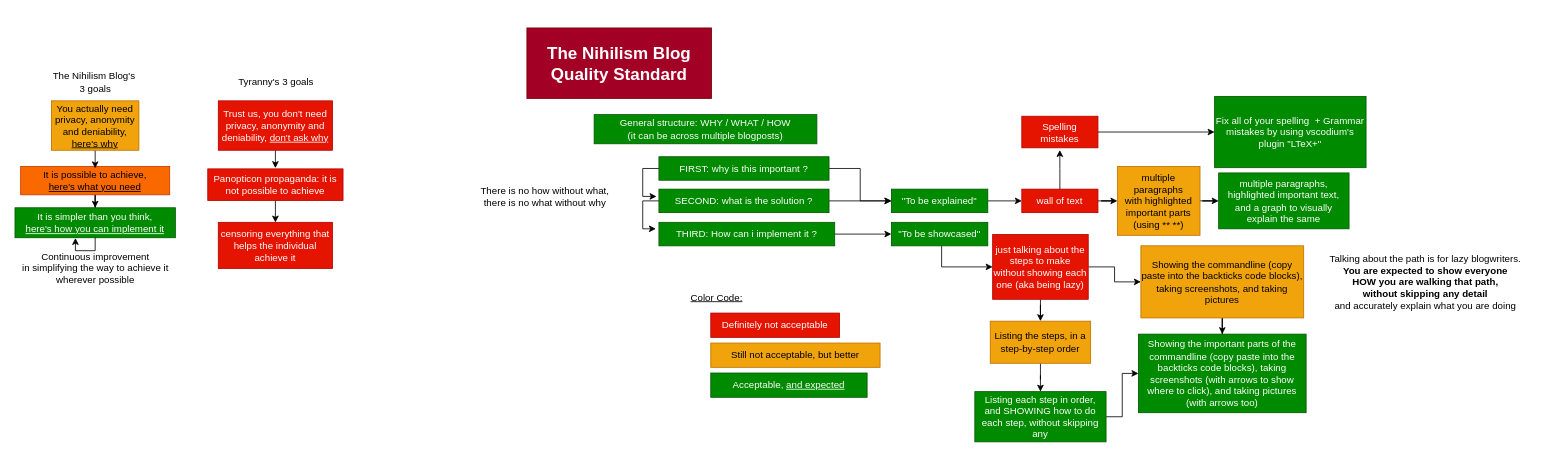
Earlier version of the draw.io diagram docs/graphs/qualitystandard.drawio (beginnerprivacy/the-opsec-bible). Source tidied: cells renumbered, new cells numbered last; positions are measured from the earlier drawing's top-left corner, leaving out a move shared by most shapes. Both pictures are drawn from the tidied source at 81%, with x=0, y=0 at pixel (14, 28).
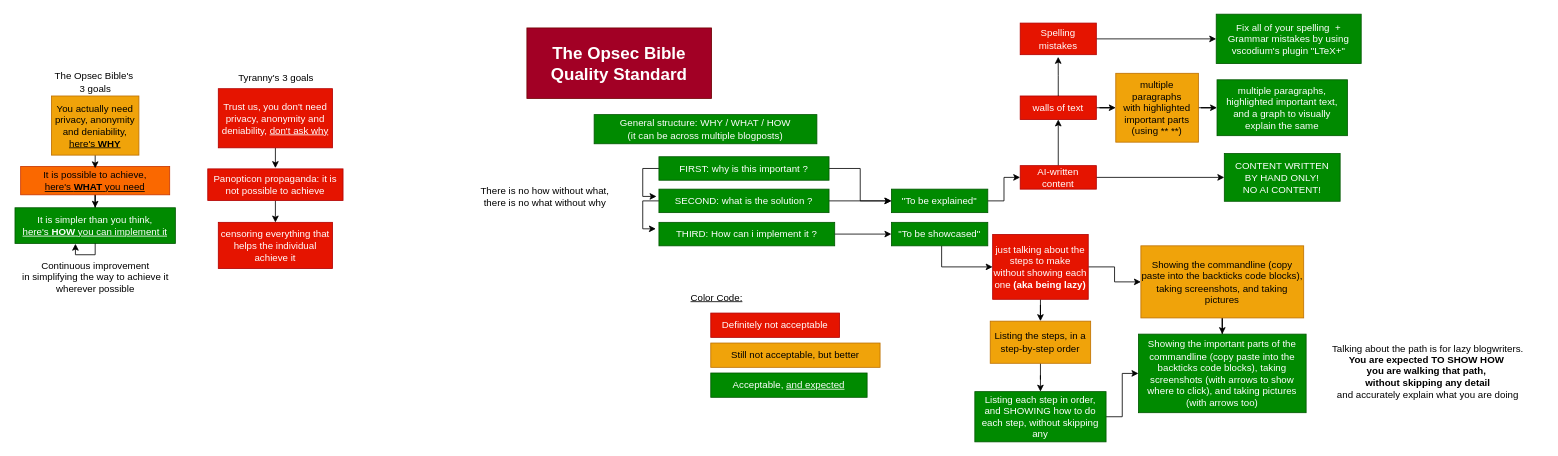
The same page after the edit.

The change refers to these unchanged cells:
```xml
<mxCell id="25" value="&quot;To be explained&quot;" style="rounded=0;whiteSpace=wrap;html=1;fillColor=#008a00;fontColor=#ffffff;strokeColor=#005700;" parent="1" vertex="1">
  <mxGeometry x="1083" y="199" width="119" height="29" as="geometry" />
</mxCell>
```

What changed in the source:
```diff
@@
-    <mxCell id="3" value="It is possible to achieve,&lt;br&gt;&lt;u&gt;here's what you need&lt;/u&gt;" style="rounded=0;whiteSpace=wrap;html=1;fillColor=#fa6800;fontColor=#000000;strokeColor=#C73500;" parent="1" vertex="1">
+    <mxCell id="3" value="It is possible to achieve,&lt;br&gt;&lt;u&gt;here's &lt;b&gt;WHAT&lt;/b&gt;&amp;nbsp;you need&lt;/u&gt;" style="rounded=0;whiteSpace=wrap;html=1;fillColor=#fa6800;fontColor=#000000;strokeColor=#C73500;" parent="1" vertex="1">
       <mxGeometry x="8" y="171" width="184" height="35" as="geometry" />
     </mxCell>
-    <mxCell id="4" value="It is simpler than you think,&lt;br&gt;&lt;u&gt;here's how you can implement it&lt;/u&gt;" style="rounded=0;whiteSpace=wrap;html=1;fillColor=#008a00;fontColor=#ffffff;strokeColor=#005700;" parent="1" vertex="1">
-      <mxGeometry x="1" y="222" width="198" height="37" as="geometry" />
+    <mxCell id="4" value="It is simpler than you think,&lt;br&gt;&lt;u&gt;here's &lt;b&gt;HOW&lt;/b&gt; you can implement it&lt;/u&gt;" style="rounded=0;whiteSpace=wrap;html=1;fillColor=#008a00;fontColor=#ffffff;strokeColor=#005700;" parent="1" vertex="1">
+      <mxGeometry x="1" y="222" width="198" height="44" as="geometry" />
     </mxCell>
@@
-    <mxCell id="6" value="The Nihilism Blog's&amp;nbsp;&lt;div&gt;3 goals&lt;/div&gt;" style="text;html=1;align=center;verticalAlign=middle;strokeColor=none;fillColor=none;" parent="1" vertex="1">
-      <mxGeometry x="38.5" y="46" width="123" height="41" as="geometry" />
+    <mxCell id="6" value="The Opsec Bible's&amp;nbsp;&lt;div&gt;3 goals&lt;/div&gt;" style="text;html=1;align=center;verticalAlign=middle;strokeColor=none;fillColor=none;" parent="1" vertex="1">
+      <mxGeometry x="35.5" y="46" width="129" height="41" as="geometry" />
     </mxCell>
-    <mxCell id="7" value="You actually need privacy, anonymity and deniability, &lt;u&gt;here's why&lt;/u&gt;" style="rounded=0;whiteSpace=wrap;html=1;fillColor=#f0a30a;fontColor=#000000;strokeColor=#BD7000;" parent="1" vertex="1">
-      <mxGeometry x="46" y="90" width="108" height="61" as="geometry" />
+    <mxCell id="7" value="You actually need privacy, anonymity and deniability, &lt;u&gt;here's &lt;b&gt;WHY&lt;/b&gt;&lt;/u&gt;" style="rounded=0;whiteSpace=wrap;html=1;fillColor=#f0a30a;fontColor=#000000;strokeColor=#BD7000;" parent="1" vertex="1">
+      <mxGeometry x="46" y="84" width="108" height="73" as="geometry" />
     </mxCell>
     <mxCell id="8" value="Tyranny's 3 goals" style="text;html=1;align=center;verticalAlign=middle;strokeColor=none;fillColor=none;" parent="1" vertex="1">
-      <mxGeometry x="267" y="53.5" width="111" height="26" as="geometry" />
+      <mxGeometry x="267" y="49" width="111" height="26" as="geometry" />
     </mxCell>
@@
     <mxCell id="10" value="Trust us, you don't need privacy, anonymity and deniability, &lt;u&gt;don't ask why&lt;/u&gt;" style="rounded=0;whiteSpace=wrap;html=1;fillColor=#e51400;fontColor=#ffffff;strokeColor=#B20000;" parent="1" vertex="1">
-      <mxGeometry x="252" y="90" width="141" height="61" as="geometry" />
+      <mxGeometry x="252" y="75" width="141" height="73" as="geometry" />
     </mxCell>
@@
-    <mxCell id="14" value="&lt;span&gt;The Nihilism Blog&lt;br&gt;Quality Standard&lt;/span&gt;" style="rounded=0;whiteSpace=wrap;html=1;fillColor=#a20025;strokeColor=#6F0000;fontStyle=1;fontSize=21;fontColor=#ffffff;" parent="1" vertex="1">
+    <mxCell id="14" value="&lt;span&gt;The Opsec Bible&lt;br&gt;Quality Standard&lt;/span&gt;" style="rounded=0;whiteSpace=wrap;html=1;fillColor=#a20025;strokeColor=#6F0000;fontStyle=1;fontSize=21;fontColor=#ffffff;" parent="1" vertex="1">
       <mxGeometry x="633" width="228" height="87" as="geometry" />
     </mxCell>
@@
-    <mxCell id="24" style="edgeStyle=orthogonalEdgeStyle;rounded=0;jettySize=auto;html=1;" parent="1" edge="1" source="25" target="29">
-      <mxGeometry relative="1" as="geometry" />
-    </mxCell>
+    <mxCell id="55" style="edgeStyle=orthogonalEdgeStyle;rounded=0;jettySize=auto;html=1;entryX=0;entryY=0.5;entryDx=0;entryDy=0;" parent="1" edge="1" source="25" target="58">
+      <mxGeometry relative="1" as="geometry" />
+    </mxCell>
@@
-    <mxCell id="29" value="wall of text" style="rounded=0;whiteSpace=wrap;html=1;fillColor=#e51400;fontColor=#ffffff;strokeColor=#B20000;" parent="1" vertex="1">
-      <mxGeometry x="1244" y="199" width="94" height="29" as="geometry" />
+    <mxCell id="29" value="walls of text" style="rounded=0;whiteSpace=wrap;html=1;fillColor=#e51400;fontColor=#ffffff;strokeColor=#B20000;" parent="1" vertex="1">
+      <mxGeometry x="1242" y="84" width="94" height="29" as="geometry" />
     </mxCell>
@@
     <mxCell id="32" value="multiple paragraphs&lt;br&gt;with highlighted important parts (using ** **)" style="rounded=0;whiteSpace=wrap;html=1;fillColor=#f0a30a;fontColor=#000000;strokeColor=#BD7000;" parent="1" vertex="1">
-      <mxGeometry x="1362" y="171" width="102" height="85" as="geometry" />
+      <mxGeometry x="1360" y="56" width="102" height="85" as="geometry" />
     </mxCell>
     <mxCell id="33" value="multiple paragraphs, highlighted important text, and a graph to visually explain the same" style="rounded=0;whiteSpace=wrap;html=1;fillColor=#008a00;fontColor=#ffffff;strokeColor=#005700;" parent="1" vertex="1">
-      <mxGeometry x="1487" y="179" width="161" height="69" as="geometry" />
+      <mxGeometry x="1485" y="64" width="161" height="69" as="geometry" />
     </mxCell>
@@
-    <mxCell id="36" value="just talking about the steps to make without showing each one (aka being lazy)" style="rounded=0;whiteSpace=wrap;html=1;fillColor=#e51400;fontColor=#ffffff;strokeColor=#B20000;" parent="1" vertex="1">
+    <mxCell id="36" value="just talking about the steps to make without showing each one &lt;b&gt;(aka being lazy)&lt;/b&gt;" style="rounded=0;whiteSpace=wrap;html=1;fillColor=#e51400;fontColor=#ffffff;strokeColor=#B20000;" parent="1" vertex="1">
       <mxGeometry x="1208" y="255" width="118" height="80" as="geometry" />
     </mxCell>
@@
-    <mxCell id="44" value="Talking about the path is for lazy blogwriters.&lt;br&gt;&lt;b&gt;You are expected to show everyone&lt;br&gt;&amp;nbsp;HOW you are walking that path,&amp;nbsp;&lt;br&gt;without skipping any detail&lt;/b&gt;&lt;br&gt;and accurately explain what you are doing" style="text;html=1;align=center;verticalAlign=middle;strokeColor=none;fillColor=none;" parent="1" vertex="1">
-      <mxGeometry x="1597" y="271.5" width="289" height="84" as="geometry" />
+    <mxCell id="44" value="Talking about the path is for lazy blogwriters.&lt;br&gt;&lt;b&gt;You are expected TO SHOW HOW&amp;nbsp;&lt;br&gt;you are walking that path,&amp;nbsp;&lt;br&gt;without skipping any detail&lt;/b&gt;&lt;br&gt;and accurately explain what you are doing" style="text;html=1;align=center;verticalAlign=middle;strokeColor=none;fillColor=none;" parent="1" vertex="1">
+      <mxGeometry x="1600" y="382" width="289" height="84" as="geometry" />
     </mxCell>
@@
     <mxCell id="46" value="Spelling mistakes" style="rounded=0;whiteSpace=wrap;html=1;fillColor=#e51400;fontColor=#ffffff;strokeColor=#B20000;" parent="1" vertex="1">
-      <mxGeometry x="1244" y="109" width="94" height="39" as="geometry" />
+      <mxGeometry x="1242" y="-6" width="94" height="39" as="geometry" />
     </mxCell>
@@
     <mxCell id="48" value="Fix all of your spelling&amp;nbsp; + Grammar mistakes by using vscodium's plugin &quot;LTeX+&quot;" style="rounded=0;whiteSpace=wrap;html=1;fillColor=#008a00;fontColor=#ffffff;strokeColor=#005700;" parent="1" vertex="1">
-      <mxGeometry x="1482" y="84.5" width="187" height="88" as="geometry" />
+      <mxGeometry x="1484" y="-17" width="179" height="61" as="geometry" />
     </mxCell>
@@
     <mxCell id="53" style="edgeStyle=orthogonalEdgeStyle;rounded=0;orthogonalLoop=1;jettySize=auto;html=1;entryX=0.377;entryY=1.009;entryDx=0;entryDy=0;entryPerimeter=0;" parent="1" edge="1" source="4" target="4">
       <mxGeometry relative="1" as="geometry">
         <Array as="points">
-          <mxPoint x="100" y="275" />
-          <mxPoint x="76" y="275" />
+          <mxPoint x="100" y="280" />
+          <mxPoint x="76" y="280" />
         </Array>
       </mxGeometry>
     </mxCell>
     <mxCell id="54" value="Continuous improvement&lt;br&gt;in simplifying the way to achieve it&lt;br&gt;wherever possible" style="text;html=1;align=center;verticalAlign=middle;strokeColor=none;fillColor=none;" parent="1" vertex="1">
-      <mxGeometry x="0.5" y="269" width="199" height="55" as="geometry" />
+      <mxGeometry y="280" width="199" height="55" as="geometry" />
     </mxCell>
+    <mxCell id="56" style="edgeStyle=orthogonalEdgeStyle;rounded=0;jettySize=auto;html=1;" parent="1" edge="1" source="58" target="29">
+      <mxGeometry relative="1" as="geometry" />
+    </mxCell>
+    <mxCell id="57" style="edgeStyle=orthogonalEdgeStyle;rounded=0;jettySize=auto;html=1;" parent="1" edge="1" source="58" target="59">
+      <mxGeometry relative="1" as="geometry" />
+    </mxCell>
+    <mxCell id="58" value="AI-written&lt;br&gt;content" style="rounded=0;whiteSpace=wrap;html=1;fillColor=#e51400;fontColor=#ffffff;strokeColor=#B20000;" parent="1" vertex="1">
+      <mxGeometry x="1242" y="170" width="94" height="29" as="geometry" />
+    </mxCell>
+    <mxCell id="59" value="CONTENT WRITTEN&lt;br&gt;BY HAND ONLY!&lt;br&gt;NO AI CONTENT!" style="rounded=0;whiteSpace=wrap;html=1;fillColor=#008a00;fontColor=#ffffff;strokeColor=#005700;" parent="1" vertex="1">
+      <mxGeometry x="1494" y="155" width="143" height="59" as="geometry" />
+    </mxCell>
```
